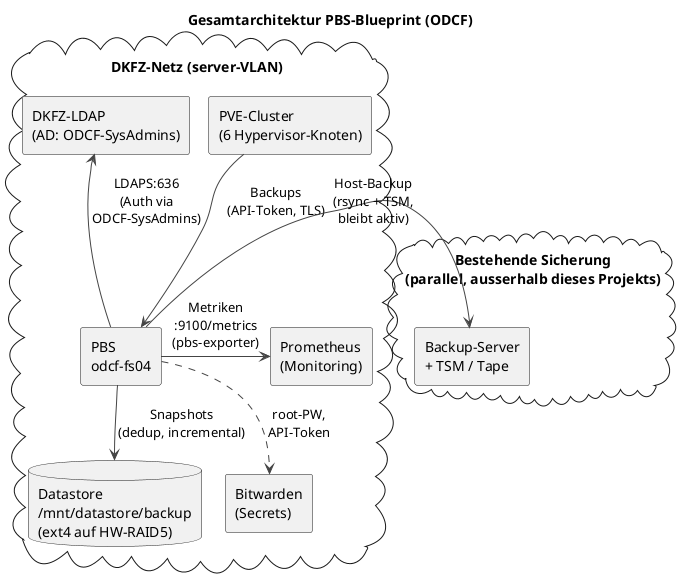
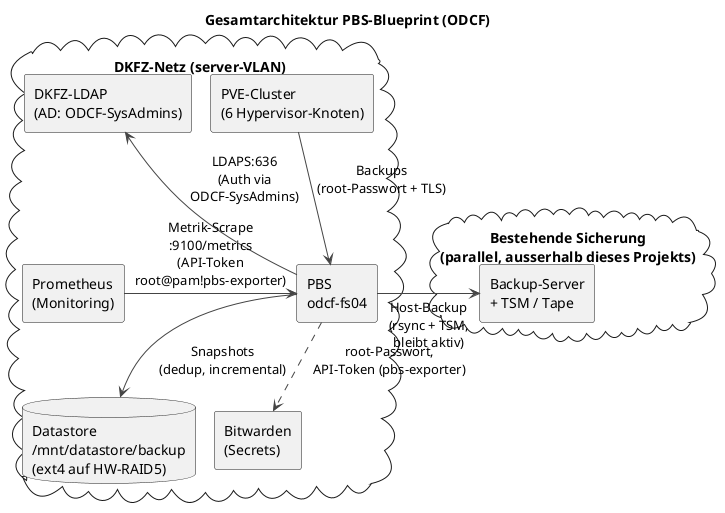
@startuml architecture
!pragma layout smetana
title Gesamtarchitektur PBS-Blueprint (ODCF)

skinparam componentStyle rectangle
skinparam shadowing false
skinparam ArrowColor #444444
skinparam DefaultFontName "Helvetica"

cloud "DKFZ-Netz (server-VLAN)" as dkfz {
    rectangle "PVE-Cluster\n(6 Hypervisor-Knoten)" as pve
    component "PBS\nodcf-fs04" as pbs
    database "Datastore\n/mnt/datastore/backup\n(ext4 auf HW-RAID5)" as datastore
    component "Prometheus\n(Monitoring)" as prom
    component "DKFZ-LDAP\n(AD: ODCF-SysAdmins)" as ldap
    component "Bitwarden\n(Secrets)" as bw
}

cloud "Bestehende Sicherung\n(parallel, ausserhalb dieses Projekts)" as legacy {
    component "Backup-Server\n+ TSM / Tape" as tsm
}

- pve -down-> pbs : Backups\n(API-Token, TLS)
+ pve -down-> pbs : Backups\n(root-Passwort + TLS)
pbs -down-> datastore : Snapshots\n(dedup, incremental)
pbs -up-> ldap : LDAPS:636\n(Auth via\nODCF-SysAdmins)
- pbs -right-> prom : Metriken\n:9100/metrics\n(pbs-exporter)
- pbs ..> bw : root-PW,\nAPI-Token
+ prom -right-> pbs : Metrik-Scrape\n:9100/metrics\n(API-Token\nroot@pam!pbs-exporter)
+ pbs ..> bw : root-Passwort,\nAPI-Token (pbs-exporter)
pbs -right-> tsm : Host-Backup\n(rsync + TSM,\nbleibt aktiv)

@enduml
